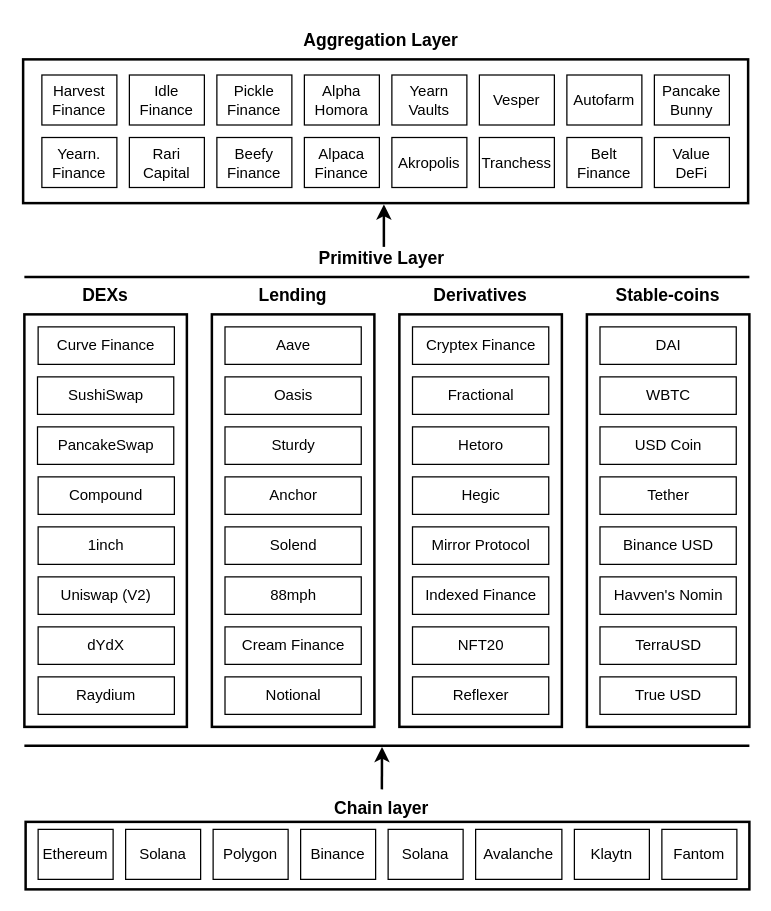
Earlier version of the draw.io diagram DeFi ecosystem.drawio (TammyQAQ/YieldAggregators). Source tidied: cells renumbered, new cells numbered last; positions are measured from the earlier drawing's top-left corner, leaving out a move shared by most shapes. Both pictures are drawn from the tidied source at 125%, with x=0, y=0 at pixel (22, 21).
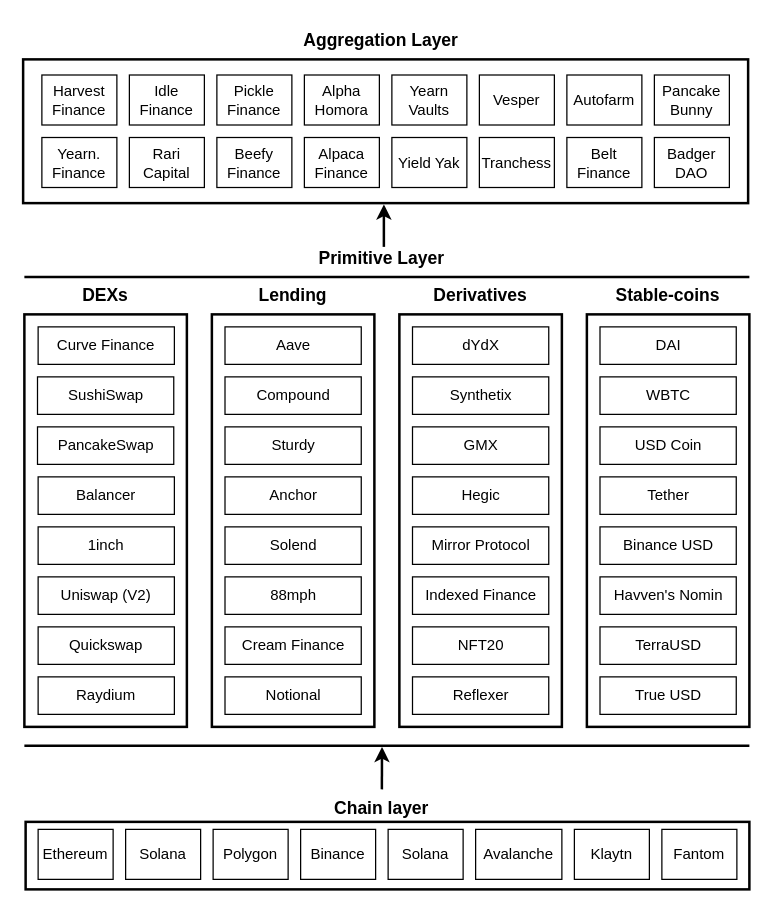
The same page after the edit.

The edit, as a diff of the source:
```diff
@@
-    <mxCell id="26" value="Compound" style="rounded=0;whiteSpace=wrap;html=1;" parent="1" vertex="1">
+    <mxCell id="26" value="Balancer" style="rounded=0;whiteSpace=wrap;html=1;" parent="1" vertex="1">
       <mxGeometry x="12" y="364" width="109" height="30" as="geometry" />
     </mxCell>
@@
-    <mxCell id="30" value="dYdX" style="rounded=0;whiteSpace=wrap;html=1;" parent="1" vertex="1">
+    <mxCell id="30" value="Quickswap" style="rounded=0;whiteSpace=wrap;html=1;" parent="1" vertex="1">
       <mxGeometry x="12" y="484" width="109" height="30" as="geometry" />
     </mxCell>
@@
-    <mxCell id="33" value="Oasis" style="rounded=0;whiteSpace=wrap;html=1;" parent="1" vertex="1">
+    <mxCell id="33" value="Compound" style="rounded=0;whiteSpace=wrap;html=1;" parent="1" vertex="1">
       <mxGeometry x="161.5" y="284" width="109" height="30" as="geometry" />
     </mxCell>
@@
-    <mxCell id="40" value="Hetoro" style="rounded=0;whiteSpace=wrap;html=1;" parent="1" vertex="1">
+    <mxCell id="40" value="GMX" style="rounded=0;whiteSpace=wrap;html=1;" parent="1" vertex="1">
       <mxGeometry x="311.5" y="324" width="109" height="30" as="geometry" />
     </mxCell>
-    <mxCell id="41" value="Fractional" style="rounded=0;whiteSpace=wrap;html=1;" parent="1" vertex="1">
+    <mxCell id="41" value="Synthetix" style="rounded=0;whiteSpace=wrap;html=1;" parent="1" vertex="1">
       <mxGeometry x="311.5" y="284" width="109" height="30" as="geometry" />
     </mxCell>
-    <mxCell id="42" value="Cryptex Finance" style="rounded=0;whiteSpace=wrap;html=1;" parent="1" vertex="1">
+    <mxCell id="42" value="dYdX" style="rounded=0;whiteSpace=wrap;html=1;" parent="1" vertex="1">
       <mxGeometry x="311.5" y="244" width="109" height="30" as="geometry" />
     </mxCell>
@@
-    <mxCell id="67" value="Akropolis" style="rounded=0;whiteSpace=wrap;html=1;" parent="1" vertex="1">
+    <mxCell id="67" value="Yield Yak" style="rounded=0;whiteSpace=wrap;html=1;" parent="1" vertex="1">
       <mxGeometry x="295" y="92.5" width="60" height="40" as="geometry" />
     </mxCell>
@@
-    <mxCell id="70" value="Value DeFi" style="rounded=0;whiteSpace=wrap;html=1;" parent="1" vertex="1">
+    <mxCell id="70" value="Badger DAO" style="rounded=0;whiteSpace=wrap;html=1;" parent="1" vertex="1">
       <mxGeometry x="505" y="92.5" width="60" height="40" as="geometry" />
     </mxCell>
```
